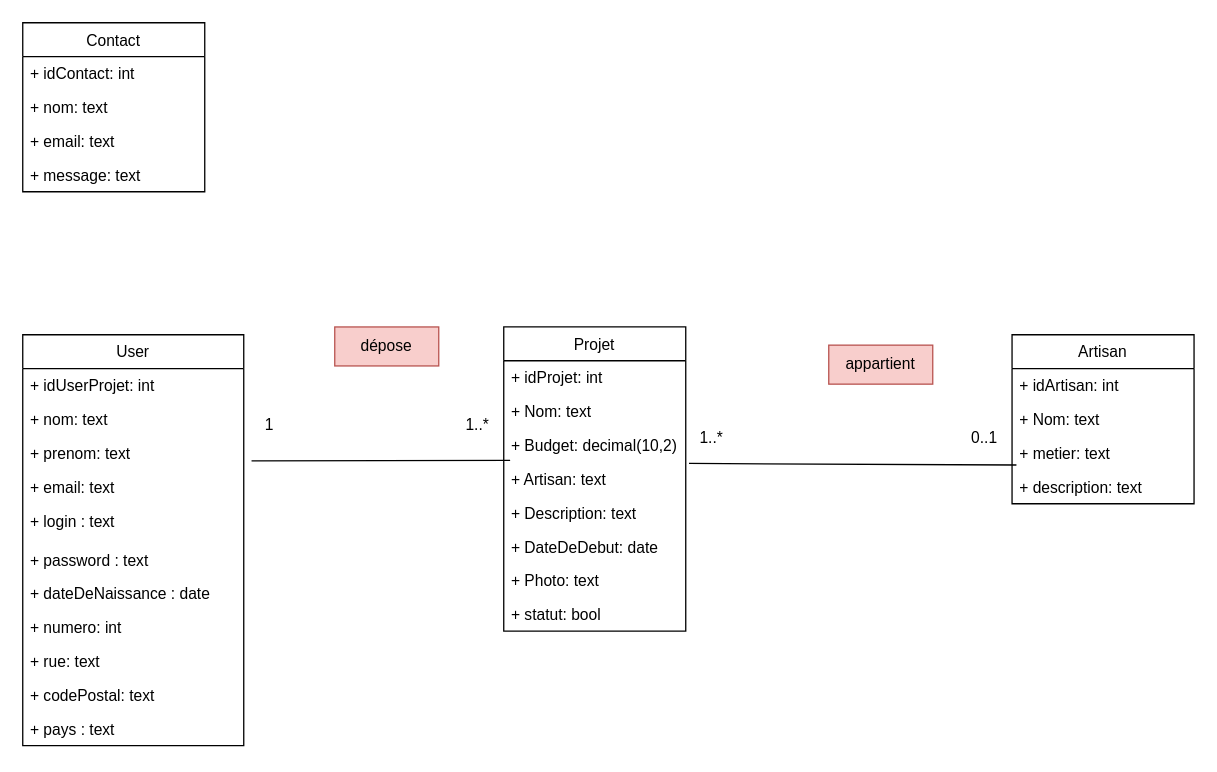
This is src/Documentation/UML_Deco.drawio from paulinecoudert/SymfonyDeco, a draw.io file, before an edit. Source tidied: cells renumbered, new cells numbered last; positions are measured from the earlier drawing's top-left corner, leaving out a move shared by most shapes. Both pictures are drawn from the tidied source at 130%, with x=0, y=0 at pixel (22, 22).
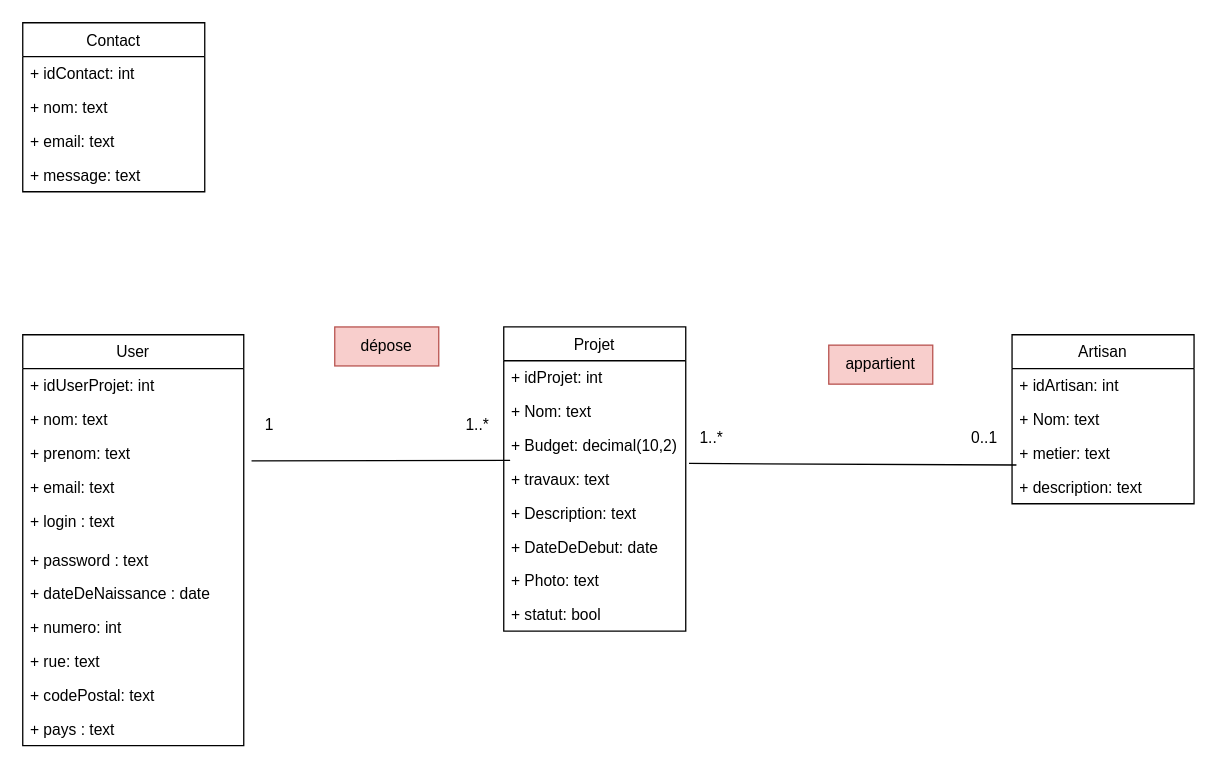
The same page after the edit.

The change refers to these unchanged cells:
```xml
<mxCell id="9" value="Projet" style="swimlane;fontStyle=0;horizontal=1;startSize=26;fillColor=none;" parent="1" vertex="1">
  <mxGeometry x="370" y="234" width="140" height="234" as="geometry" />
</mxCell>
```

What changed in the source:
```diff
@@
-    <mxCell id="13" value="+ Artisan: text" style="text;strokeColor=none;fillColor=none;align=left;verticalAlign=top;spacingLeft=4;spacingRight=4;overflow=hidden;points=[[0,0.5],[1,0.5]];portConstraint=eastwest;" parent="9" vertex="1">
+    <mxCell id="13" value="+ travaux: text" style="text;strokeColor=none;fillColor=none;align=left;verticalAlign=top;spacingLeft=4;spacingRight=4;overflow=hidden;points=[[0,0.5],[1,0.5]];portConstraint=eastwest;" parent="9" vertex="1">
       <mxGeometry y="104" width="140" height="26" as="geometry" />
     </mxCell>
```
